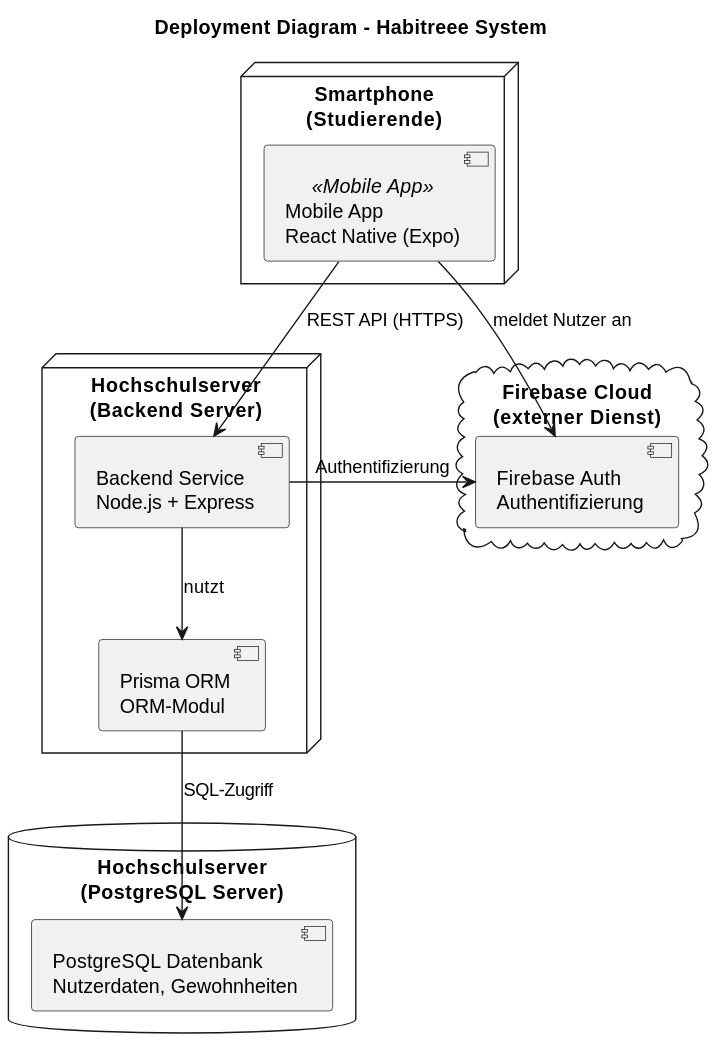
This is docs/architecture/images/deployment-diagram-habitree.svg from laurenzzzzzz/htwd-se1-habitree, a PlantUML export, as it was before one commit.
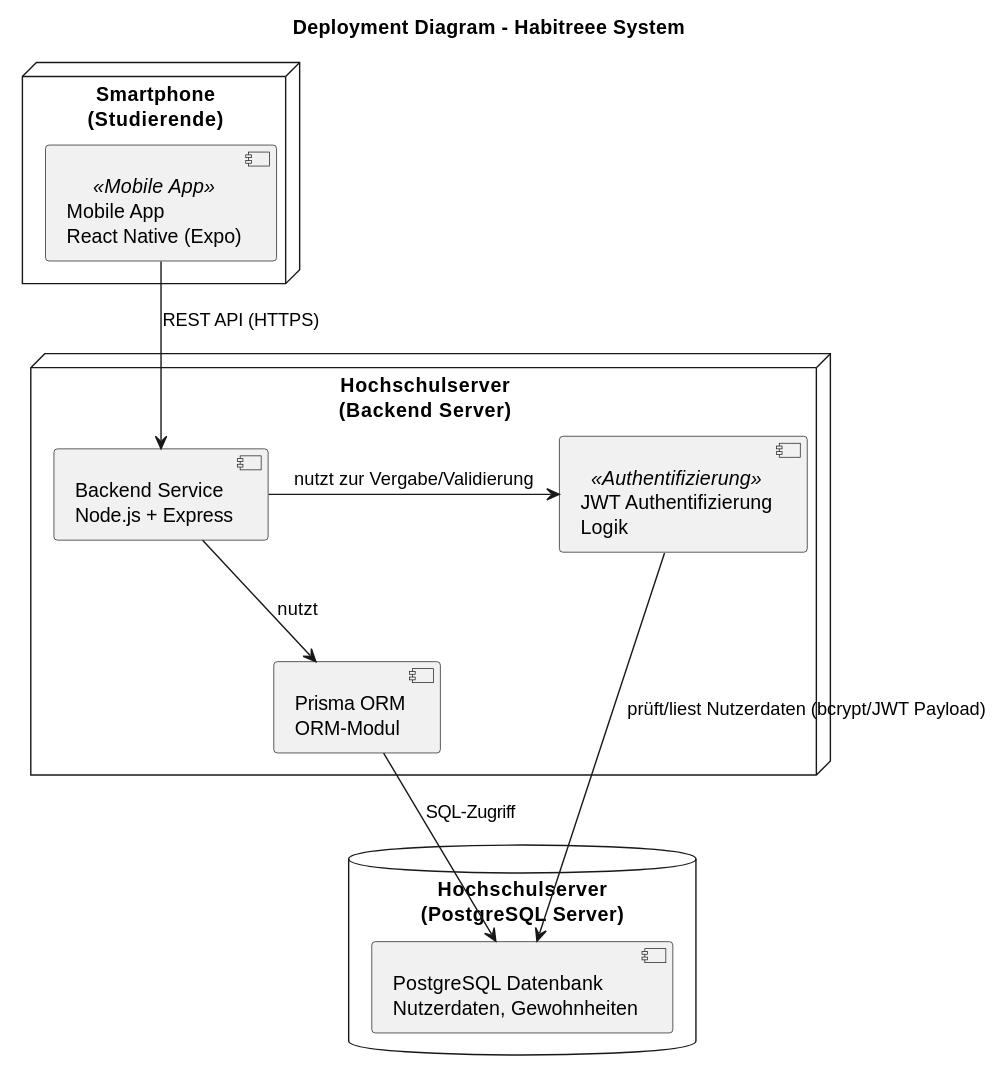
Later version of the same file.

Commit message:
Update Firebase aus Dokumentation löschen

Change to the diagram source:
```diff
@@ -7,14 +7,13 @@
   [Mobile App\nReact Native (Expo)] <<Mobile App>>
 }
 
-cloud "Firebase Cloud\n(externer Dienst)" {
-  [Firebase Auth\nAuthentifizierung]
-}
-
 node "Hochschulserver\n(Backend Server)" {
   [Backend Service\nNode.js + Express]
+  [JWT Authentifizierung\nLogik] <<Authentifizierung>>
   [Prisma ORM\nORM-Modul]
 
+  [Backend Service\nNode.js + Express] -> [JWT Authentifizierung\nLogik] : nutzt zur Vergabe/Validierung
+  [Backend Service\nNode.js + Express] --> [Prisma ORM\nORM-Modul] : nutzt
 }
 
 database "Hochschulserver\n(PostgreSQL Server)" {
@@ -22,8 +21,7 @@
 }
 
 [Mobile App\nReact Native (Expo)] --> [Backend Service\nNode.js + Express] : REST API (HTTPS)
-[Backend Service\nNode.js + Express] -> [Firebase Auth\nAuthentifizierung] : Authentifizierung
-[Mobile App\nReact Native (Expo)] --> [Firebase Auth\nAuthentifizierung] : meldet Nutzer an
+
+[JWT Authentifizierung\nLogik] --> [PostgreSQL Datenbank\nNutzerdaten, Gewohnheiten] : prüft/liest Nutzerdaten (bcrypt/JWT Payload)
 [Prisma ORM\nORM-Modul] --> [PostgreSQL Datenbank\nNutzerdaten, Gewohnheiten] : SQL-Zugriff
-[Backend Service\nNode.js + Express] --> [Prisma ORM\nORM-Modul] : nutzt
 @enduml
```
